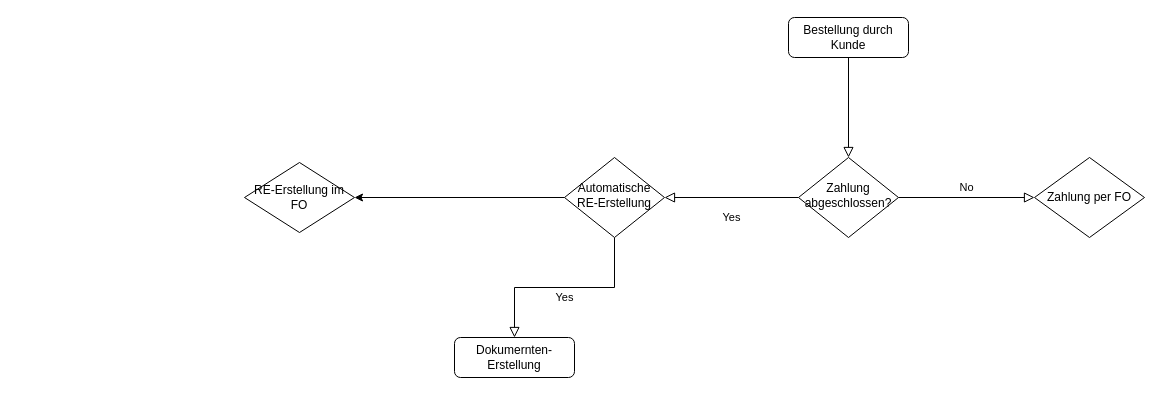
Earlier version of the draw.io diagram Conreg-Rechnungs-workflow.drawio (pgunold-evc/draw-io). Source tidied: cells renumbered, new cells numbered last; positions are measured from the earlier drawing's top-left corner, leaving out a move shared by most shapes. Both pictures are drawn from the tidied source at 100%, with x=0, y=0 at pixel (244, 17).
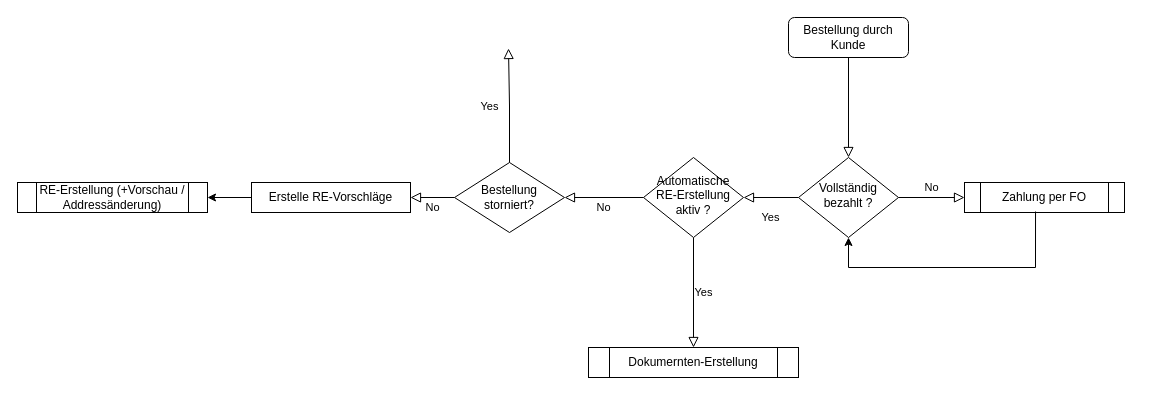
The same diagram, later.

Commit message:
Rechnungs-workflow: Add invoice generation form

The edit, as a diff of the source:
```diff
@@
-    <mxCell id="5" value="No" style="edgeStyle=orthogonalEdgeStyle;rounded=0;html=1;jettySize=auto;fontSize=11;endArrow=block;endFill=0;endSize=8;strokeWidth=1;shadow=0;labelBackgroundColor=none;entryX=0;entryY=0.5;entryDx=0;entryDy=0;" parent="1" edge="1" source="6" target="12">
-      <mxGeometry y="10" relative="1" as="geometry" />
-    </mxCell>
-    <mxCell id="6" value="&lt;div&gt;Zahlung&lt;/div&gt;&lt;div&gt;abgeschlossen?&lt;/div&gt;" style="rhombus;whiteSpace=wrap;html=1;shadow=0;fontFamily=Helvetica;fontSize=12;align=center;strokeWidth=1;spacing=6;spacingTop=-4;" parent="1" vertex="1">
+    <mxCell id="6" value="Vollständig bezahlt ?" style="rhombus;whiteSpace=wrap;html=1;shadow=0;fontFamily=Helvetica;fontSize=12;align=center;strokeWidth=1;spacing=6;spacingTop=-4;" parent="1" vertex="1">
       <mxGeometry x="554" y="140" width="100" height="80" as="geometry" />
     </mxCell>
-    <mxCell id="7" value="Yes" style="edgeStyle=orthogonalEdgeStyle;rounded=0;html=1;jettySize=auto;fontSize=11;endArrow=block;endFill=0;endSize=8;strokeWidth=1;shadow=0;labelBackgroundColor=none;" parent="1" edge="1" source="8" target="9">
+    <mxCell id="7" value="Yes" style="edgeStyle=orthogonalEdgeStyle;rounded=0;html=1;jettySize=auto;fontSize=11;endArrow=block;endFill=0;endSize=8;strokeWidth=1;shadow=0;labelBackgroundColor=none;entryX=0.5;entryY=0;entryDx=0;entryDy=0;" parent="1" edge="1" source="8" target="9">
       <mxGeometry y="10" relative="1" as="geometry" />
     </mxCell>
-    <mxCell id="8" value="Automatische RE-Erstellung" style="rhombus;whiteSpace=wrap;html=1;shadow=0;fontFamily=Helvetica;fontSize=12;align=center;strokeWidth=1;spacing=6;spacingTop=-4;" parent="1" vertex="1">
-      <mxGeometry x="320" y="140" width="100" height="80" as="geometry" />
+    <mxCell id="8" value="&lt;div&gt;Automatische RE-Erstellung&lt;/div&gt;&lt;div&gt;aktiv ?&lt;/div&gt;" style="rhombus;whiteSpace=wrap;html=1;shadow=0;fontFamily=Helvetica;fontSize=12;align=center;strokeWidth=1;spacing=6;spacingTop=-4;" parent="1" vertex="1">
+      <mxGeometry x="399" y="140" width="100" height="80" as="geometry" />
     </mxCell>
+    <mxCell id="10" value="Bestellung storniert?" style="rhombus;whiteSpace=wrap;html=1;" parent="1" vertex="1">
+      <mxGeometry x="210" y="145" width="110" height="70" as="geometry" />
+    </mxCell>
-    <mxCell id="9" value="Dokumernten-Erstellung" style="rounded=1;whiteSpace=wrap;html=1;fontSize=12;glass=0;strokeWidth=1;shadow=0;" parent="1" vertex="1">
-      <mxGeometry x="210" y="320" width="120" height="40" as="geometry" />
+    <mxCell id="9" value="Dokumernten-Erstellung" style="shape=process;whiteSpace=wrap;html=1;backgroundOutline=1;" parent="1" vertex="1">
+      <mxGeometry x="344" y="330" width="210" height="30" as="geometry" />
     </mxCell>
-    <mxCell id="10" value="&lt;div&gt;RE-Erstellung im FO&lt;/div&gt;" style="rhombus;whiteSpace=wrap;html=1;" parent="1" vertex="1">
-      <mxGeometry y="145" width="110" height="70" as="geometry" />
-    </mxCell>
-    <mxCell id="11" style="endArrow=classic;rounded=0;exitX=0;exitY=0.5;exitDx=0;exitDy=0;entryX=1;entryY=0.5;entryDx=0;entryDy=0;edgeStyle=orthogonalEdgeStyle;html=1;" parent="1" edge="1" source="8" target="10">
-      <mxGeometry relative="1" as="geometry" />
+    <mxCell id="11" value="No" style="rounded=0;html=1;jettySize=auto;fontSize=11;endArrow=block;endFill=0;endSize=8;strokeWidth=1;shadow=0;labelBackgroundColor=none;entryX=1;entryY=0.5;entryDx=0;entryDy=0;exitX=0;exitY=0.5;exitDx=0;exitDy=0;edgeStyle=orthogonalEdgeStyle;" parent="1" edge="1" source="8" target="10">
+      <mxGeometry y="10" relative="1" as="geometry" />
     </mxCell>
-    <mxCell id="12" value="Zahlung per FO" style="rhombus;whiteSpace=wrap;html=1;" parent="1" vertex="1">
-      <mxGeometry x="790" y="140" width="110" height="80" as="geometry" />
+    <mxCell id="12" value="Zahlung per FO" style="shape=process;whiteSpace=wrap;html=1;backgroundOutline=1;" parent="1" vertex="1">
+      <mxGeometry x="720" y="165" width="160" height="30" as="geometry" />
     </mxCell>
+    <mxCell id="5" value="No" style="rounded=0;html=1;jettySize=auto;fontSize=11;endArrow=block;endFill=0;endSize=8;strokeWidth=1;shadow=0;labelBackgroundColor=none;entryX=0;entryY=0.5;entryDx=0;entryDy=0;exitX=1;exitY=0.5;exitDx=0;exitDy=0;edgeStyle=orthogonalEdgeStyle;" parent="1" edge="1" source="6" target="12">
+      <mxGeometry y="10" relative="1" as="geometry" />
+    </mxCell>
+    <mxCell id="13" style="endArrow=classic;html=1;rounded=0;exitX=0.444;exitY=0.967;exitDx=0;exitDy=0;exitPerimeter=0;edgeStyle=orthogonalEdgeStyle;entryX=0.5;entryY=1;entryDx=0;entryDy=0;" parent="1" edge="1" source="12" target="6">
+      <mxGeometry relative="1" as="geometry">
+        <Array as="points">
+          <mxPoint x="791" y="250" />
+          <mxPoint x="604" y="250" />
+        </Array>
+      </mxGeometry>
+    </mxCell>
+    <mxCell id="14" value="&lt;div&gt;RE-Erstellung (+Vorschau / Addressänderung)&lt;/div&gt;" style="shape=process;whiteSpace=wrap;html=1;backgroundOutline=1;" parent="1" vertex="1">
+      <mxGeometry x="-227" y="165" width="190" height="30" as="geometry" />
+    </mxCell>
+    <mxCell id="15" value="No" style="rounded=0;html=1;jettySize=auto;fontSize=11;endArrow=block;endFill=0;endSize=8;strokeWidth=1;shadow=0;labelBackgroundColor=none;exitX=0;exitY=0.5;exitDx=0;exitDy=0;edgeStyle=orthogonalEdgeStyle;entryX=1;entryY=0.5;entryDx=0;entryDy=0;" parent="1" edge="1" source="10" target="17">
+      <mxGeometry y="10" relative="1" as="geometry" />
+    </mxCell>
+    <mxCell id="16" value="Yes" style="rounded=0;html=1;jettySize=auto;fontSize=11;endArrow=block;endFill=0;endSize=8;strokeWidth=1;shadow=0;labelBackgroundColor=none;edgeStyle=orthogonalEdgeStyle;exitX=0.5;exitY=0;exitDx=0;exitDy=0;" parent="1" edge="1" source="10">
+      <mxGeometry y="20" relative="1" as="geometry">
+        <mxPoint x="264" y="31" as="targetPoint" />
+      </mxGeometry>
+    </mxCell>
+    <mxCell id="17" value="Erstelle RE-Vorschläge" style="rounded=0;whiteSpace=wrap;html=1;" parent="1" vertex="1">
+      <mxGeometry x="7" y="165" width="159" height="30" as="geometry" />
+    </mxCell>
+    <mxCell id="18" style="endArrow=classic;html=1;rounded=0;exitX=0;exitY=0.5;exitDx=0;exitDy=0;entryX=1;entryY=0.5;entryDx=0;entryDy=0;" parent="1" edge="1" source="17" target="14">
+      <mxGeometry relative="1" as="geometry" />
+    </mxCell>
```
